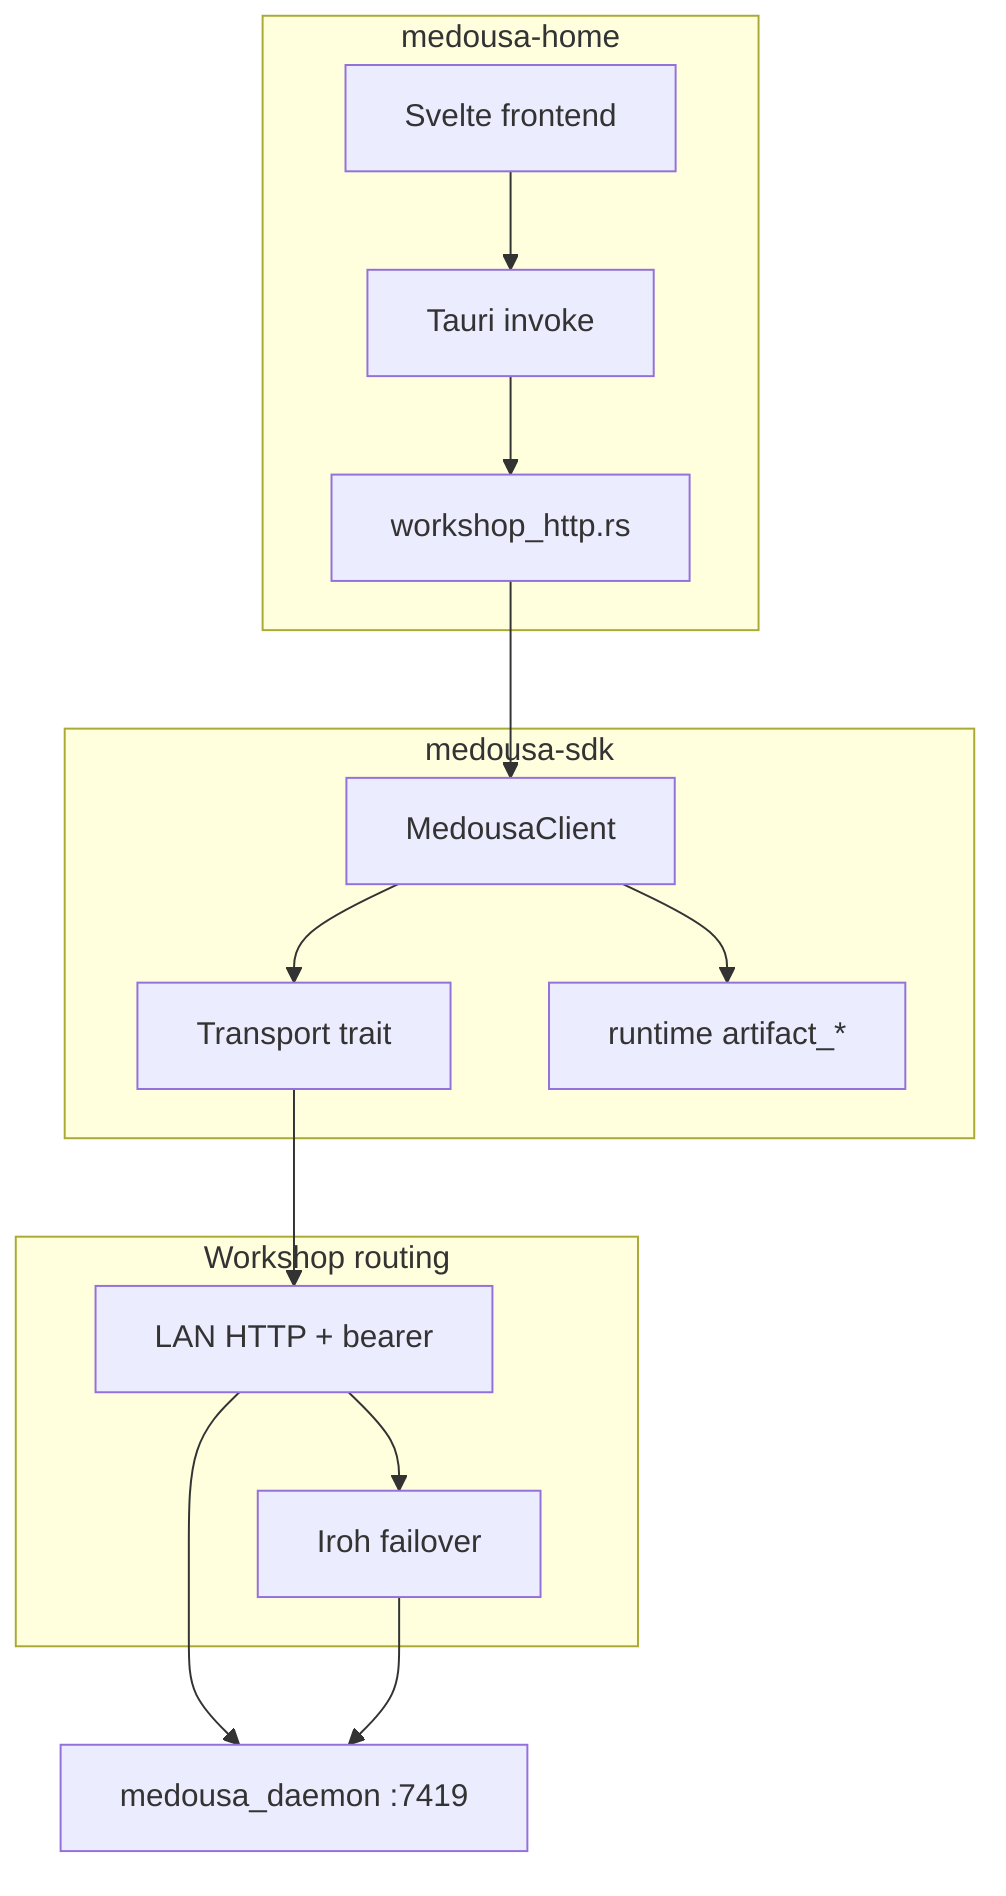
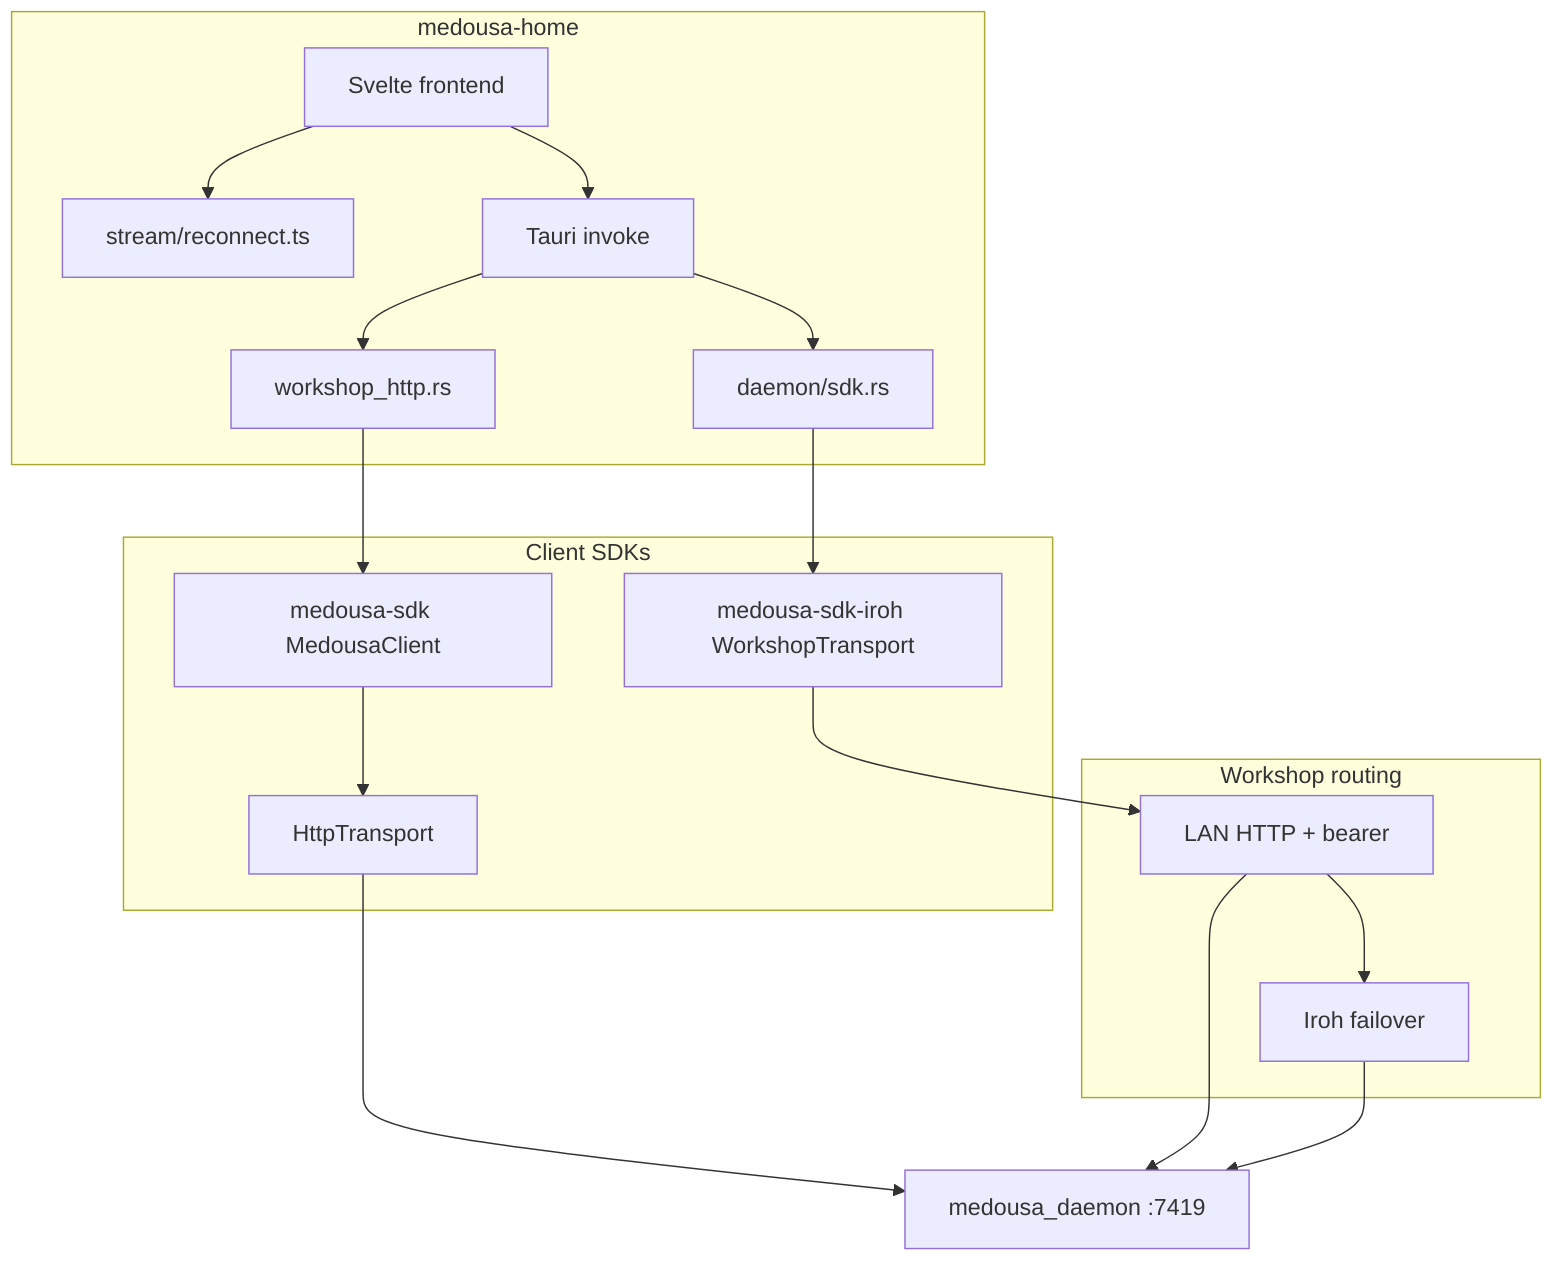
flowchart TB
    subgraph App["medousa-home"]
        Svelte[Svelte frontend]
+         ReconnectTS[stream/reconnect.ts]
        TauriIPC[Tauri invoke]
        WorkshopHttp[workshop_http.rs]
+         SdkRs[daemon/sdk.rs]
    end

-     subgraph SDK["medousa-sdk"]
-         Client[MedousaClient]
-         Transport[Transport trait]
-         RuntimeApi[runtime artifact_*]
+     subgraph SDK["Client SDKs"]
+         Client[medousa-sdk MedousaClient]
+         IrohSdk[medousa-sdk-iroh WorkshopTransport]
+         HttpT[HttpTransport]
    end

    subgraph Network["Workshop routing"]
        LAN[LAN HTTP + bearer]
        Iroh[Iroh failover]
    end

    Daemon[medousa_daemon :7419]

+     Svelte --> ReconnectTS
    Svelte --> TauriIPC
    TauriIPC --> WorkshopHttp
+     TauriIPC --> SdkRs
    WorkshopHttp --> Client
-     Client --> Transport
-     Client --> RuntimeApi
-     Transport --> LAN
+     SdkRs --> IrohSdk
+     Client --> HttpT
+     IrohSdk --> LAN
+     HttpT --> Daemon
    LAN --> Iroh
    LAN --> Daemon
    Iroh --> Daemon
